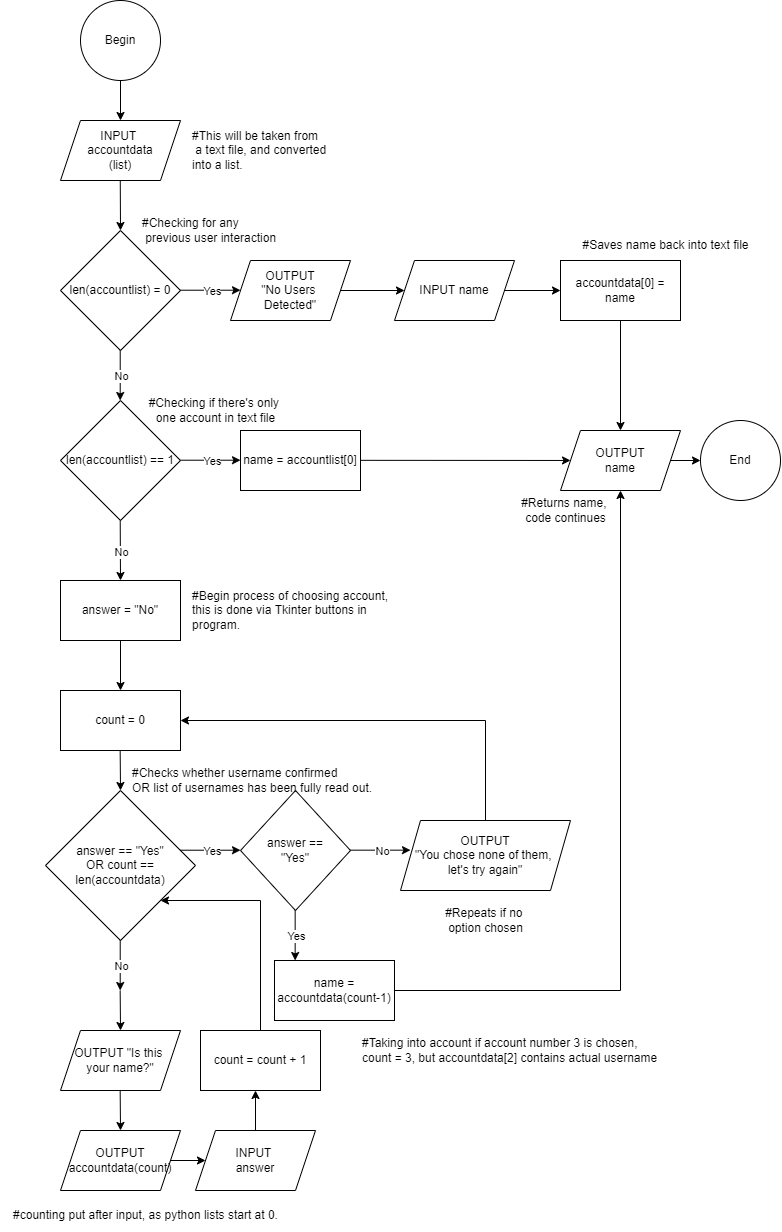
The draw.io diagram content/000_Files/Untitled Diagram.png in spicata/obsidiannotes-v.2, before a commit. Source tidied: cells renumbered, new cells last; positions are measured from the earlier drawing's top-left corner, leaving out a move shared by most shapes. Source of this version:
```xml
<mxGraphModel>
  <root>
    <mxCell id="0" />
    <mxCell id="1" parent="0" />
    <mxCell id="2" value="Begin" style="ellipse;whiteSpace=wrap;html=1;" parent="1" vertex="1">
      <mxGeometry x="80" width="80" height="80" as="geometry" />
    </mxCell>
    <mxCell id="3" value="INPUT &lt;br&gt;accountdata&lt;br&gt;(list)" style="shape=parallelogram;perimeter=parallelogramPerimeter;whiteSpace=wrap;html=1;fixedSize=1;" parent="1" vertex="1">
      <mxGeometry x="60" y="120" width="120" height="60" as="geometry" />
    </mxCell>
    <mxCell id="4" style="endArrow=classic;html=1;rounded=0;exitX=0.5;exitY=1;exitDx=0;exitDy=0;" parent="1" edge="1" source="2" target="3">
      <mxGeometry relative="1" as="geometry" />
    </mxCell>
    <mxCell id="5" style="endArrow=classic;html=1;rounded=0;exitX=0.5;exitY=1;exitDx=0;exitDy=0;" parent="1" edge="1">
      <mxGeometry relative="1" as="geometry">
        <mxPoint x="119.8" y="180" as="sourcePoint" />
        <mxPoint x="120" y="230" as="targetPoint" />
      </mxGeometry>
    </mxCell>
    <mxCell id="6" value="len(accountlist) = 0" style="rhombus;whiteSpace=wrap;html=1;" parent="1" vertex="1">
      <mxGeometry x="60" y="230" width="120" height="120" as="geometry" />
    </mxCell>
    <mxCell id="7" style="endArrow=classic;html=1;rounded=0;exitX=0.5;exitY=1;exitDx=0;exitDy=0;" parent="1" edge="1">
      <mxGeometry relative="1" as="geometry">
        <mxPoint x="180" y="289.7" as="sourcePoint" />
        <mxPoint x="240" y="289.7" as="targetPoint" />
      </mxGeometry>
    </mxCell>
    <mxCell id="8" value="Yes" style="edgeLabel;html=1;align=center;verticalAlign=middle;" parent="7" vertex="1">
      <mxGeometry relative="1" as="geometry" />
    </mxCell>
    <mxCell id="9" style="endArrow=classic;html=1;rounded=0;exitX=1;exitY=0.5;exitDx=0;exitDy=0;" parent="1" edge="1">
      <mxGeometry relative="1" as="geometry">
        <mxPoint x="119.7" y="350" as="sourcePoint" />
        <mxPoint x="119.7" y="400" as="targetPoint" />
      </mxGeometry>
    </mxCell>
    <mxCell id="10" value="No" style="edgeLabel;html=1;align=center;verticalAlign=middle;" parent="9" vertex="1">
      <mxGeometry relative="1" as="geometry" />
    </mxCell>
    <mxCell id="11" value="len(accountlist) == 1" style="rhombus;whiteSpace=wrap;html=1;" parent="1" vertex="1">
      <mxGeometry x="60" y="400" width="120" height="120" as="geometry" />
    </mxCell>
    <mxCell id="12" style="endArrow=classic;html=1;rounded=0;exitX=0.5;exitY=1;exitDx=0;exitDy=0;" parent="1" edge="1">
      <mxGeometry relative="1" as="geometry">
        <mxPoint x="180" y="459.7" as="sourcePoint" />
        <mxPoint x="240" y="459.7" as="targetPoint" />
      </mxGeometry>
    </mxCell>
    <mxCell id="13" value="Yes" style="edgeLabel;html=1;align=center;verticalAlign=middle;" parent="12" vertex="1">
      <mxGeometry relative="1" as="geometry" />
    </mxCell>
    <mxCell id="14" style="endArrow=classic;html=1;rounded=0;exitX=1;exitY=0.5;exitDx=0;exitDy=0;entryX=0.5;entryY=0;entryDx=0;entryDy=0;" parent="1" edge="1" target="25">
      <mxGeometry relative="1" as="geometry">
        <mxPoint x="119.7" y="520" as="sourcePoint" />
      </mxGeometry>
    </mxCell>
    <mxCell id="15" value="No" style="edgeLabel;html=1;align=center;verticalAlign=middle;" parent="14" vertex="1">
      <mxGeometry relative="1" as="geometry" />
    </mxCell>
    <mxCell id="16" value="name = accountlist[0]" style="rounded=0;whiteSpace=wrap;html=1;" parent="1" vertex="1">
      <mxGeometry x="240" y="430" width="120" height="60" as="geometry" />
    </mxCell>
    <mxCell id="17" value="OUTPUT&lt;br&gt;&quot;No Users &lt;br&gt;Detected&quot;" style="shape=parallelogram;perimeter=parallelogramPerimeter;whiteSpace=wrap;html=1;fixedSize=1;" parent="1" vertex="1">
      <mxGeometry x="230" y="260" width="120" height="60" as="geometry" />
    </mxCell>
    <mxCell id="18" value="INPUT name" style="shape=parallelogram;perimeter=parallelogramPerimeter;whiteSpace=wrap;html=1;fixedSize=1;" parent="1" vertex="1">
      <mxGeometry x="394" y="260" width="120" height="60" as="geometry" />
    </mxCell>
    <mxCell id="19" style="endArrow=classic;html=1;rounded=0;exitX=1;exitY=0.5;exitDx=0;exitDy=0;entryX=0;entryY=0.5;entryDx=0;entryDy=0;" parent="1" edge="1" source="17" target="18">
      <mxGeometry relative="1" as="geometry" />
    </mxCell>
    <mxCell id="20" value="accountdata[0] = name" style="rounded=0;whiteSpace=wrap;html=1;" parent="1" vertex="1">
      <mxGeometry x="560" y="260" width="120" height="60" as="geometry" />
    </mxCell>
    <mxCell id="21" style="endArrow=classic;html=1;rounded=0;" parent="1" edge="1" source="18">
      <mxGeometry relative="1" as="geometry">
        <mxPoint x="560" y="290" as="targetPoint" />
      </mxGeometry>
    </mxCell>
    <mxCell id="22" style="endArrow=classic;html=1;rounded=0;exitX=0.5;exitY=1;exitDx=0;exitDy=0;entryX=0.5;entryY=0;entryDx=0;entryDy=0;" parent="1" edge="1" source="20" target="23">
      <mxGeometry relative="1" as="geometry" />
    </mxCell>
    <mxCell id="23" value="OUTPUT&lt;br&gt;name" style="shape=parallelogram;perimeter=parallelogramPerimeter;whiteSpace=wrap;html=1;fixedSize=1;" parent="1" vertex="1">
      <mxGeometry x="560" y="430" width="120" height="60" as="geometry" />
    </mxCell>
    <mxCell id="24" style="endArrow=classic;html=1;rounded=0;exitX=1;exitY=0.5;exitDx=0;exitDy=0;" parent="1" edge="1" target="23">
      <mxGeometry relative="1" as="geometry">
        <mxPoint x="360" y="459.8" as="sourcePoint" />
      </mxGeometry>
    </mxCell>
    <mxCell id="25" value="answer = &quot;No&quot;" style="rounded=0;whiteSpace=wrap;html=1;" parent="1" vertex="1">
      <mxGeometry x="60" y="580" width="120" height="60" as="geometry" />
    </mxCell>
    <mxCell id="26" value="answer == &quot;Yes&quot;&lt;br&gt;OR count == len(accountdata)" style="rhombus;whiteSpace=wrap;html=1;" parent="1" vertex="1">
      <mxGeometry x="45" y="790" width="150" height="150" as="geometry" />
    </mxCell>
    <mxCell id="27" style="endArrow=classic;html=1;rounded=0;exitX=0.5;exitY=1;exitDx=0;exitDy=0;" parent="1" edge="1">
      <mxGeometry relative="1" as="geometry">
        <mxPoint x="180" y="849.7" as="sourcePoint" />
        <mxPoint x="240" y="849.7" as="targetPoint" />
      </mxGeometry>
    </mxCell>
    <mxCell id="28" value="Yes" style="edgeLabel;html=1;align=center;verticalAlign=middle;" parent="27" vertex="1">
      <mxGeometry relative="1" as="geometry" />
    </mxCell>
    <mxCell id="29" style="endArrow=classic;html=1;rounded=0;exitX=1;exitY=0.5;exitDx=0;exitDy=0;" parent="1" edge="1">
      <mxGeometry relative="1" as="geometry">
        <mxPoint x="119.7" y="940" as="sourcePoint" />
        <mxPoint x="119.7" y="990" as="targetPoint" />
      </mxGeometry>
    </mxCell>
    <mxCell id="30" value="No" style="edgeLabel;html=1;align=center;verticalAlign=middle;" parent="29" vertex="1">
      <mxGeometry relative="1" as="geometry" />
    </mxCell>
    <mxCell id="31" style="endArrow=classic;html=1;rounded=0;exitX=0.5;exitY=1;exitDx=0;exitDy=0;" parent="1" edge="1" source="25">
      <mxGeometry relative="1" as="geometry">
        <mxPoint x="120" y="690" as="targetPoint" />
      </mxGeometry>
    </mxCell>
    <mxCell id="32" value="count = 0" style="rounded=0;whiteSpace=wrap;html=1;" parent="1" vertex="1">
      <mxGeometry x="60" y="690" width="120" height="60" as="geometry" />
    </mxCell>
    <mxCell id="33" style="endArrow=classic;html=1;rounded=0;exitX=0.5;exitY=1;exitDx=0;exitDy=0;" parent="1" edge="1">
      <mxGeometry relative="1" as="geometry">
        <mxPoint x="119.7" y="750" as="sourcePoint" />
        <mxPoint x="120" y="790" as="targetPoint" />
      </mxGeometry>
    </mxCell>
    <mxCell id="34" value="OUTPUT &quot;Is this &lt;br&gt;your name?&quot;" style="shape=parallelogram;perimeter=parallelogramPerimeter;whiteSpace=wrap;html=1;fixedSize=1;" parent="1" vertex="1">
      <mxGeometry x="60" y="1030" width="120" height="60" as="geometry" />
    </mxCell>
    <mxCell id="35" value="OUTPUT accountdata(count)" style="shape=parallelogram;perimeter=parallelogramPerimeter;whiteSpace=wrap;html=1;fixedSize=1;" parent="1" vertex="1">
      <mxGeometry x="60" y="1130" width="120" height="60" as="geometry" />
    </mxCell>
    <mxCell id="36" style="endArrow=classic;html=1;rounded=0;exitX=0.5;exitY=1;exitDx=0;exitDy=0;" parent="1" edge="1">
      <mxGeometry relative="1" as="geometry">
        <mxPoint x="119.7" y="1090" as="sourcePoint" />
        <mxPoint x="120" y="1130" as="targetPoint" />
      </mxGeometry>
    </mxCell>
    <mxCell id="37" value="count = count + 1" style="rounded=0;whiteSpace=wrap;html=1;" parent="1" vertex="1">
      <mxGeometry x="200" y="1030" width="120" height="60" as="geometry" />
    </mxCell>
    <mxCell id="38" style="endArrow=classic;html=1;rounded=0;exitX=0.5;exitY=1;exitDx=0;exitDy=0;" parent="1" edge="1">
      <mxGeometry relative="1" as="geometry">
        <mxPoint x="119.7" y="990" as="sourcePoint" />
        <mxPoint x="120" y="1030" as="targetPoint" />
      </mxGeometry>
    </mxCell>
    <mxCell id="39" value="INPUT&amp;nbsp;&lt;br&gt;answer" style="shape=parallelogram;perimeter=parallelogramPerimeter;whiteSpace=wrap;html=1;fixedSize=1;" parent="1" vertex="1">
      <mxGeometry x="195" y="1130" width="120" height="60" as="geometry" />
    </mxCell>
    <mxCell id="40" style="endArrow=classic;html=1;rounded=0;exitX=1;exitY=0.5;exitDx=0;exitDy=0;entryX=0;entryY=0.5;entryDx=0;entryDy=0;" parent="1" edge="1" source="35" target="39">
      <mxGeometry relative="1" as="geometry" />
    </mxCell>
    <mxCell id="41" style="endArrow=classic;html=1;rounded=0;exitX=0.5;exitY=0;exitDx=0;exitDy=0;" parent="1" edge="1" source="37">
      <mxGeometry relative="1" as="geometry">
        <mxPoint x="160" y="900" as="targetPoint" />
        <Array as="points">
          <mxPoint x="260" y="900" />
        </Array>
      </mxGeometry>
    </mxCell>
    <mxCell id="42" value="answer ==&lt;br&gt;&quot;Yes&quot;" style="rhombus;whiteSpace=wrap;html=1;" parent="1" vertex="1">
      <mxGeometry x="240" y="790" width="110" height="120" as="geometry" />
    </mxCell>
    <mxCell id="43" style="endArrow=classic;html=1;rounded=0;exitX=0.5;exitY=1;exitDx=0;exitDy=0;" parent="1" edge="1">
      <mxGeometry relative="1" as="geometry">
        <mxPoint x="350" y="849.7" as="sourcePoint" />
        <mxPoint x="410" y="849.7" as="targetPoint" />
      </mxGeometry>
    </mxCell>
    <mxCell id="44" value="No" style="edgeLabel;html=1;align=center;verticalAlign=middle;" parent="43" vertex="1">
      <mxGeometry relative="1" as="geometry" />
    </mxCell>
    <mxCell id="45" style="endArrow=classic;html=1;rounded=0;exitX=1;exitY=0.5;exitDx=0;exitDy=0;" parent="1" edge="1">
      <mxGeometry relative="1" as="geometry">
        <mxPoint x="294.7" y="910" as="sourcePoint" />
        <mxPoint x="294.7" y="960" as="targetPoint" />
      </mxGeometry>
    </mxCell>
    <mxCell id="46" value="Yes" style="edgeLabel;html=1;align=center;verticalAlign=middle;" parent="45" vertex="1">
      <mxGeometry relative="1" as="geometry" />
    </mxCell>
    <mxCell id="47" value="OUTPUT&lt;br&gt;&quot;You chose none of them, &lt;br&gt;let's try again&quot;" style="shape=parallelogram;perimeter=parallelogramPerimeter;whiteSpace=wrap;html=1;fixedSize=1;" parent="1" vertex="1">
      <mxGeometry x="400" y="820" width="170" height="70" as="geometry" />
    </mxCell>
    <mxCell id="48" style="endArrow=classic;html=1;rounded=0;exitX=0.5;exitY=0;exitDx=0;exitDy=0;entryX=1;entryY=0.5;entryDx=0;entryDy=0;" parent="1" edge="1" source="47" target="32">
      <mxGeometry relative="1" as="geometry">
        <Array as="points">
          <mxPoint x="485" y="720" />
        </Array>
      </mxGeometry>
    </mxCell>
    <mxCell id="49" value="name = accountdata(count-1)" style="rounded=0;whiteSpace=wrap;html=1;" parent="1" vertex="1">
      <mxGeometry x="274" y="960" width="120" height="60" as="geometry" />
    </mxCell>
    <mxCell id="50" style="endArrow=classic;html=1;rounded=0;exitX=1;exitY=0.5;exitDx=0;exitDy=0;entryX=0.5;entryY=1;entryDx=0;entryDy=0;" parent="1" edge="1" source="49" target="23">
      <mxGeometry relative="1" as="geometry">
        <Array as="points">
          <mxPoint x="620" y="990" />
        </Array>
      </mxGeometry>
    </mxCell>
    <mxCell id="51" value="End" style="ellipse;whiteSpace=wrap;html=1;" parent="1" vertex="1">
      <mxGeometry x="700" y="420" width="80" height="80" as="geometry" />
    </mxCell>
    <mxCell id="52" style="endArrow=classic;html=1;rounded=0;entryX=0;entryY=0.5;entryDx=0;entryDy=0;" parent="1" edge="1" target="51">
      <mxGeometry relative="1" as="geometry">
        <mxPoint x="670" y="460" as="sourcePoint" />
      </mxGeometry>
    </mxCell>
    <mxCell id="53" style="endArrow=classic;html=1;rounded=0;exitX=0.5;exitY=0;exitDx=0;exitDy=0;" parent="1" edge="1" source="39">
      <mxGeometry relative="1" as="geometry">
        <mxPoint x="255" y="1090" as="targetPoint" />
      </mxGeometry>
    </mxCell>
    <mxCell id="54" value="#This will be taken from&lt;br&gt;&amp;nbsp;a text file, and converted &lt;br&gt;into a list." style="text;html=1;align=left;verticalAlign=middle;strokeColor=none;fillColor=none;" parent="1" vertex="1">
      <mxGeometry x="190" y="120" width="160" height="60" as="geometry" />
    </mxCell>
    <mxCell id="55" value="#Checking for any&lt;br&gt;&amp;nbsp;previous user interaction" style="text;html=1;align=left;verticalAlign=middle;strokeColor=none;fillColor=none;" parent="1" vertex="1">
      <mxGeometry x="140" y="210" width="160" height="40" as="geometry" />
    </mxCell>
    <mxCell id="56" value="#Saves name back into text file" style="text;html=1;align=center;verticalAlign=middle;strokeColor=none;fillColor=none;" parent="1" vertex="1">
      <mxGeometry x="570" y="230" width="190" height="30" as="geometry" />
    </mxCell>
    <mxCell id="57" value="#Returns name, &lt;br&gt;code continues" style="text;html=1;align=center;verticalAlign=middle;strokeColor=none;fillColor=none;" parent="1" vertex="1">
      <mxGeometry x="510" y="490" width="110" height="40" as="geometry" />
    </mxCell>
    <mxCell id="58" value="#Checking if there's only &lt;br&gt;one account in text file" style="text;html=1;align=center;verticalAlign=middle;strokeColor=none;fillColor=none;" parent="1" vertex="1">
      <mxGeometry x="140" y="390" width="150" height="40" as="geometry" />
    </mxCell>
    <mxCell id="59" value="#Begin process of choosing account, &lt;br&gt;this is done via Tkinter buttons in &lt;br&gt;program." style="text;html=1;align=left;verticalAlign=middle;strokeColor=none;fillColor=none;" parent="1" vertex="1">
      <mxGeometry x="190" y="580" width="220" height="60" as="geometry" />
    </mxCell>
    <mxCell id="60" value="#Checks whether username confirmed &lt;br&gt;OR list of usernames has been fully read out." style="text;html=1;align=left;verticalAlign=middle;strokeColor=none;fillColor=none;" parent="1" vertex="1">
      <mxGeometry x="130" y="760" width="260" height="40" as="geometry" />
    </mxCell>
    <mxCell id="61" value="#counting put after input, as python lists start at 0." style="text;html=1;align=center;verticalAlign=middle;strokeColor=none;fillColor=none;" parent="1" vertex="1">
      <mxGeometry y="1200" width="290" height="30" as="geometry" />
    </mxCell>
    <mxCell id="62" value="#Repeats if no &lt;br&gt;option chosen" style="text;html=1;align=center;verticalAlign=middle;strokeColor=none;fillColor=none;" parent="1" vertex="1">
      <mxGeometry x="435" y="900" width="100" height="40" as="geometry" />
    </mxCell>
    <mxCell id="63" value="#Taking into account if account number 3 is chosen, &lt;br&gt;count = 3, but accountdata[2] contains actual username" style="text;html=1;align=left;verticalAlign=middle;strokeColor=none;fillColor=none;" parent="1" vertex="1">
      <mxGeometry x="360" y="1030" width="320" height="40" as="geometry" />
    </mxCell>
  </root>
</mxGraphModel>
```
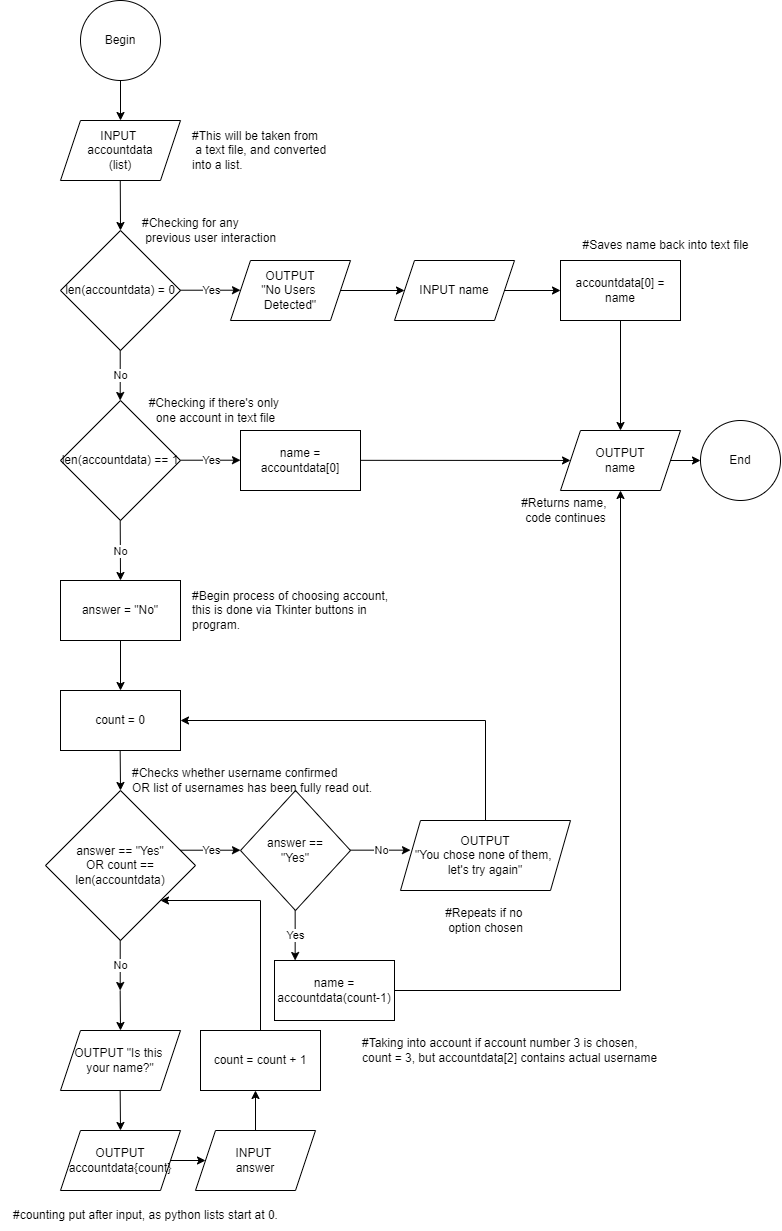
The same file after the commit.

The edit, as a diff of the source:
```diff
@@ -17,7 +17,7 @@
         <mxPoint x="120" y="230" as="targetPoint" />
       </mxGeometry>
     </mxCell>
-    <mxCell id="6" value="len(accountlist) = 0" style="rhombus;whiteSpace=wrap;html=1;" parent="1" vertex="1">
+    <mxCell id="6" value="len(accountdata) = 0" style="rhombus;whiteSpace=wrap;html=1;" parent="1" vertex="1">
       <mxGeometry x="60" y="230" width="120" height="120" as="geometry" />
     </mxCell>
     <mxCell id="7" style="endArrow=classic;html=1;rounded=0;exitX=0.5;exitY=1;exitDx=0;exitDy=0;" parent="1" edge="1">
@@ -38,7 +38,7 @@
     <mxCell id="10" value="No" style="edgeLabel;html=1;align=center;verticalAlign=middle;" parent="9" vertex="1">
       <mxGeometry relative="1" as="geometry" />
     </mxCell>
-    <mxCell id="11" value="len(accountlist) == 1" style="rhombus;whiteSpace=wrap;html=1;" parent="1" vertex="1">
+    <mxCell id="11" value="len(accountdata) == 1" style="rhombus;whiteSpace=wrap;html=1;" parent="1" vertex="1">
       <mxGeometry x="60" y="400" width="120" height="120" as="geometry" />
     </mxCell>
     <mxCell id="12" style="endArrow=classic;html=1;rounded=0;exitX=0.5;exitY=1;exitDx=0;exitDy=0;" parent="1" edge="1">
@@ -58,7 +58,7 @@
     <mxCell id="15" value="No" style="edgeLabel;html=1;align=center;verticalAlign=middle;" parent="14" vertex="1">
       <mxGeometry relative="1" as="geometry" />
     </mxCell>
-    <mxCell id="16" value="name = accountlist[0]" style="rounded=0;whiteSpace=wrap;html=1;" parent="1" vertex="1">
+    <mxCell id="16" value="name = accountdata[0]" style="rounded=0;whiteSpace=wrap;html=1;" parent="1" vertex="1">
       <mxGeometry x="240" y="430" width="120" height="60" as="geometry" />
     </mxCell>
     <mxCell id="17" value="OUTPUT&lt;br&gt;&quot;No Users &lt;br&gt;Detected&quot;" style="shape=parallelogram;perimeter=parallelogramPerimeter;whiteSpace=wrap;html=1;fixedSize=1;" parent="1" vertex="1">
@@ -130,7 +130,7 @@
     <mxCell id="34" value="OUTPUT &quot;Is this &lt;br&gt;your name?&quot;" style="shape=parallelogram;perimeter=parallelogramPerimeter;whiteSpace=wrap;html=1;fixedSize=1;" parent="1" vertex="1">
       <mxGeometry x="60" y="1030" width="120" height="60" as="geometry" />
     </mxCell>
-    <mxCell id="35" value="OUTPUT accountdata(count)" style="shape=parallelogram;perimeter=parallelogramPerimeter;whiteSpace=wrap;html=1;fixedSize=1;" parent="1" vertex="1">
+    <mxCell id="35" value="OUTPUT accountdata{count}" style="shape=parallelogram;perimeter=parallelogramPerimeter;whiteSpace=wrap;html=1;fixedSize=1;" parent="1" vertex="1">
       <mxGeometry x="60" y="1130" width="120" height="60" as="geometry" />
     </mxCell>
     <mxCell id="36" style="endArrow=classic;html=1;rounded=0;exitX=0.5;exitY=1;exitDx=0;exitDy=0;" parent="1" edge="1">
```
